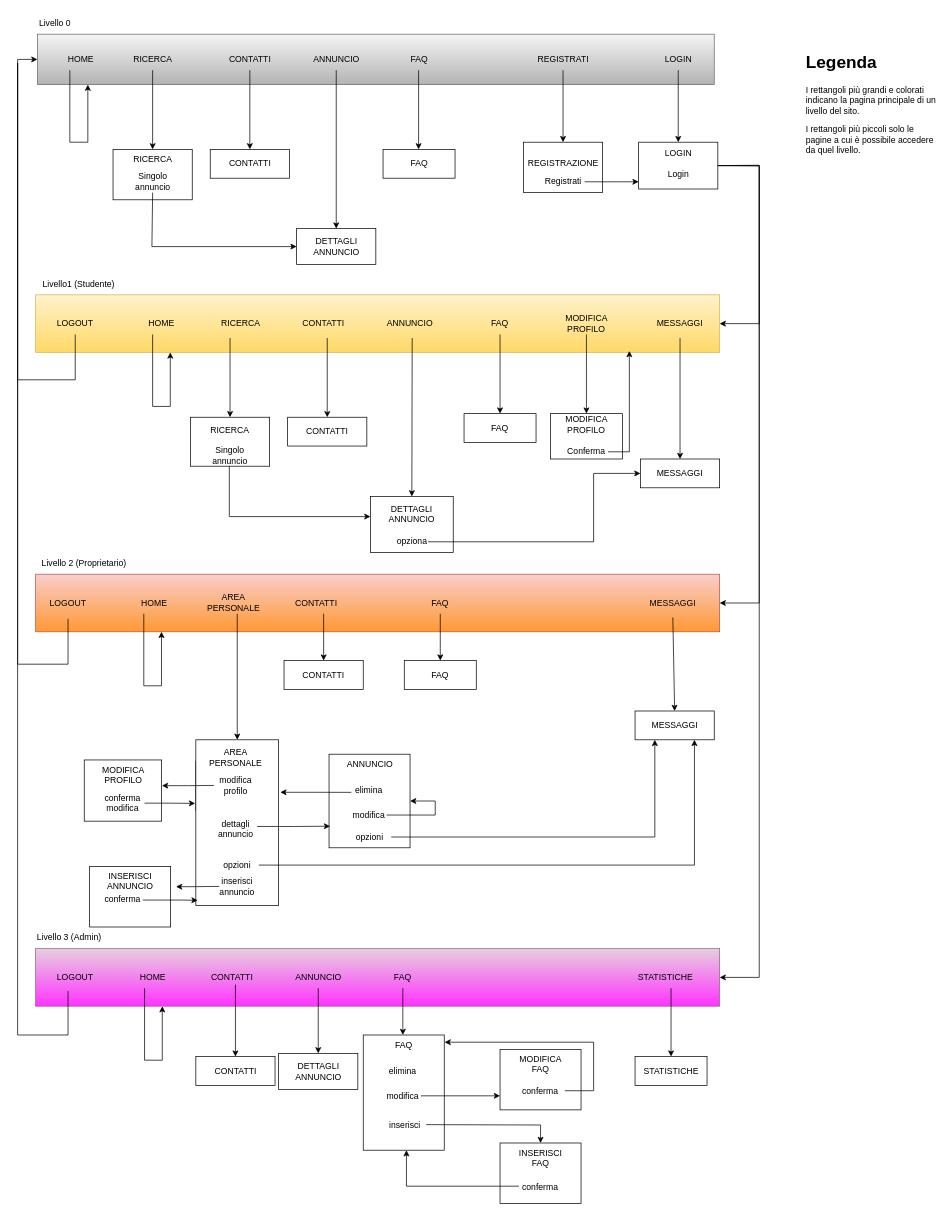
fd-col/RentAdvisor keeps this draw.io diagram as SchemaDeiLink.drawio. Above is the earlier version. Source tidied: cells renumbered, new cells numbered last; positions are measured from the earlier drawing's top-left corner, leaving out a move shared by most shapes. Both pictures are drawn from the tidied source at 72%, with x=0, y=0 at pixel (17, 12).
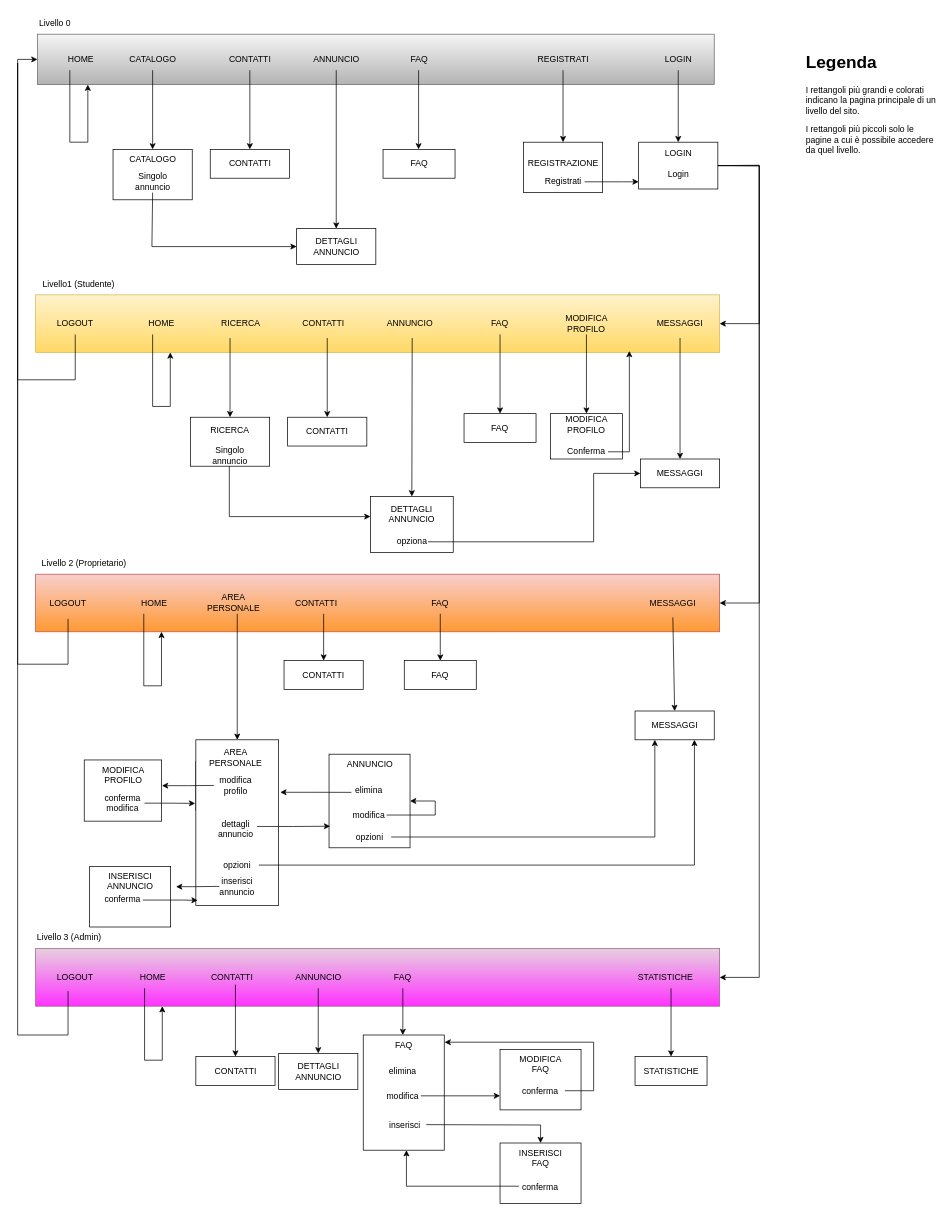
The same diagram, later.

Diff of the diagram source:
```diff
@@
-    <mxCell id="6" value="RICERCA" style="text;html=1;strokeColor=none;fillColor=none;align=center;verticalAlign=middle;whiteSpace=wrap;rounded=0;" parent="1" vertex="1">
+    <mxCell id="6" value="CATALOGO" style="text;html=1;strokeColor=none;fillColor=none;align=center;verticalAlign=middle;whiteSpace=wrap;rounded=0;" parent="1" vertex="1">
       <mxGeometry x="157.5" y="50" width="60" height="30" as="geometry" />
     </mxCell>
@@
-    <mxCell id="11" value="RICERCA" style="rounded=0;whiteSpace=wrap;html=1;verticalAlign=top;" parent="1" vertex="1">
+    <mxCell id="11" value="CATALOGO" style="rounded=0;whiteSpace=wrap;html=1;verticalAlign=top;" parent="1" vertex="1">
       <mxGeometry x="132.5" y="190" width="110" height="70" as="geometry" />
     </mxCell>
```
